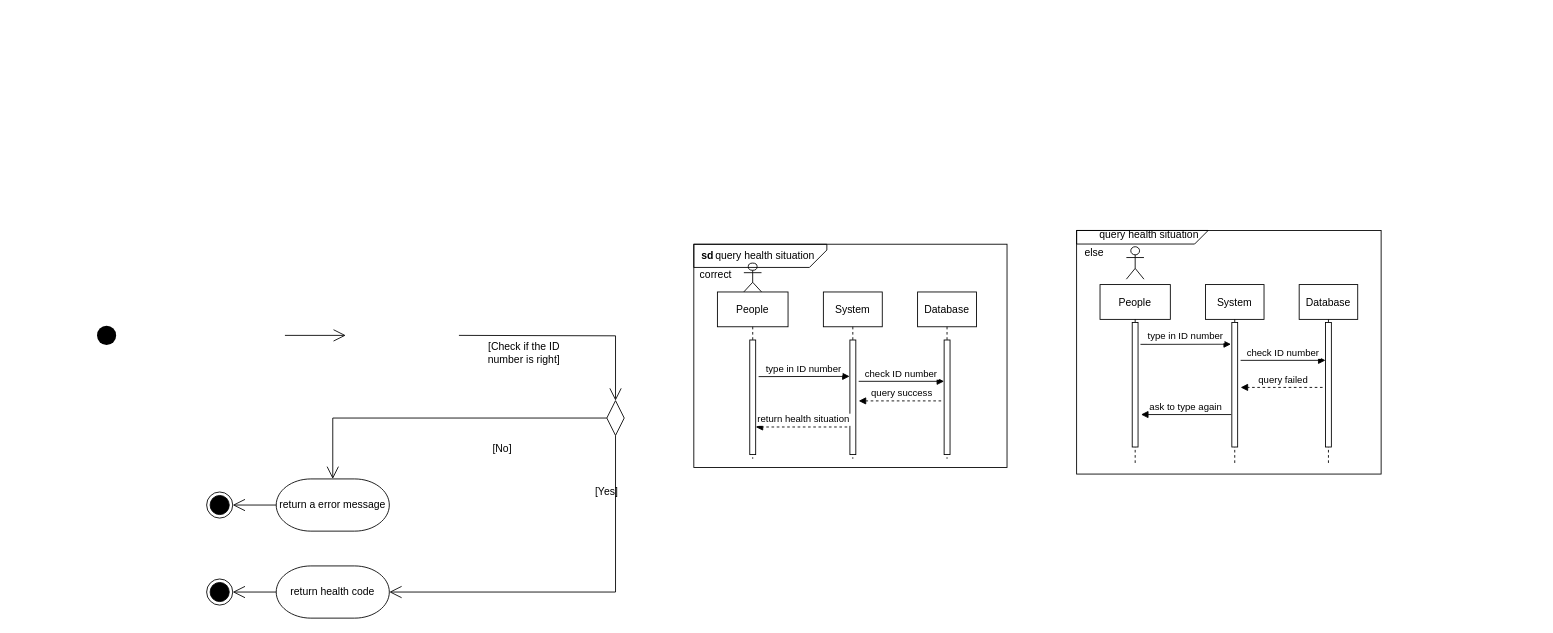
This is page "interaction" (5 of 5) of object diagram.drawio from vivianyiye/vivianyiye, a draw.io file, before an edit. Source tidied: cells renumbered, new cells numbered last; positions are measured from the earlier drawing's top-left corner, leaving out a move shared by most shapes. Both pictures are drawn from the tidied source at 87%, with x=0, y=0 at pixel (93, 226).
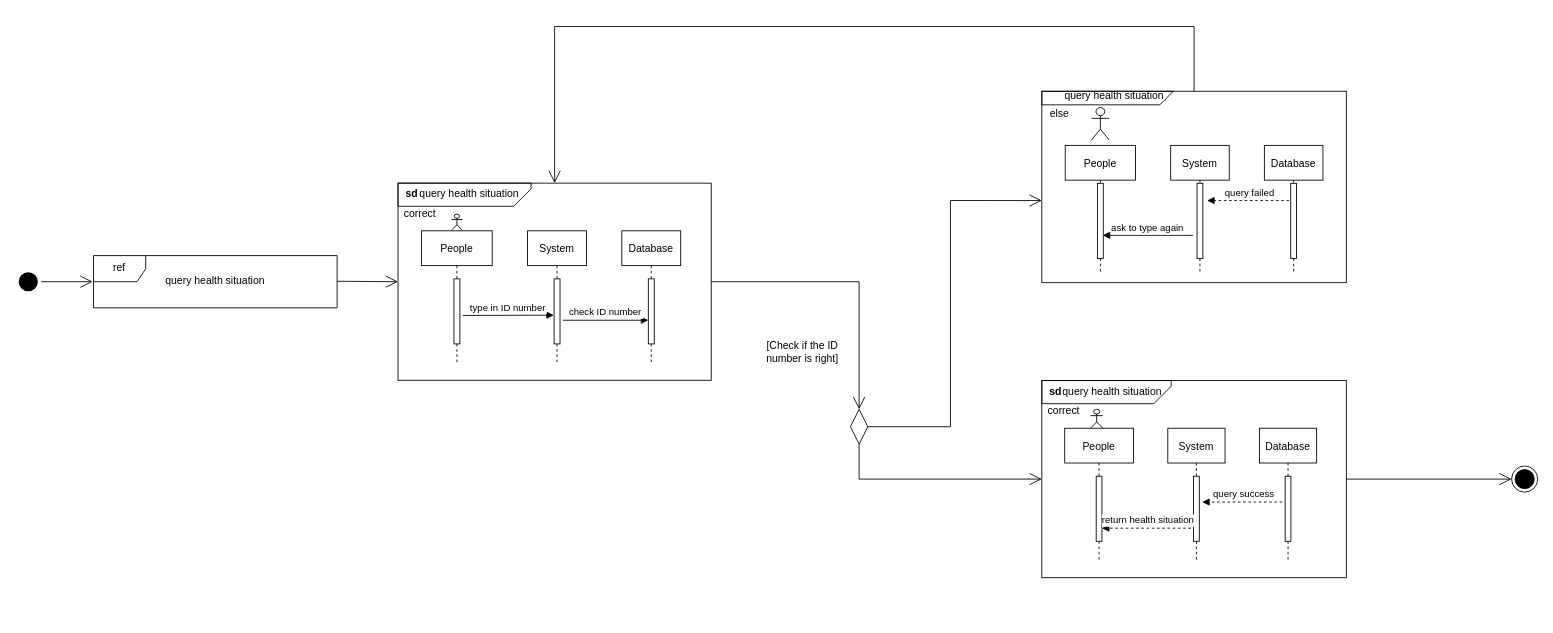
The same diagram, later.

What changed in the source:
```diff
@@
+    <mxCell id="51" style="edgeStyle=orthogonalEdgeStyle;rounded=0;jettySize=auto;html=1;exitX=1;exitY=0.5;exitDx=0;exitDy=0;endSize=12;targetPerimeterSpacing=1;endArrow=open;endFill=0;" parent="1" edge="1" source="2" target="67">
+      <mxGeometry relative="1" as="geometry" />
+    </mxCell>
     <mxCell id="2" style="ellipse;html=1;shape=endState;fillColor=#000000;strokeColor=none;align=left;" parent="1" vertex="1">
-      <mxGeometry y="110" width="30" height="30" as="geometry" />
+      <mxGeometry x="-90" y="48.3" width="30" height="30" as="geometry" />
     </mxCell>
-    <mxCell id="3" style="edgeStyle=orthogonalEdgeStyle;rounded=0;orthogonalLoop=1;jettySize=auto;html=1;exitX=1;exitY=0.5;exitDx=0;exitDy=0;exitPerimeter=0;entryX=0;entryY=0.5;entryDx=0;entryDy=0;entryPerimeter=0;startArrow=none;startFill=0;endArrow=open;endFill=0;endSize=12;" parent="1" edge="1">
-      <mxGeometry relative="1" as="geometry">
-        <mxPoint x="220" y="125" as="sourcePoint" />
-        <mxPoint x="290" y="125" as="targetPoint" />
-      </mxGeometry>
-    </mxCell>
-    <mxCell id="4" style="edgeStyle=orthogonalEdgeStyle;rounded=0;jettySize=auto;html=1;exitX=1;exitY=0.5;exitDx=0;exitDy=0;exitPerimeter=0;entryX=0.5;entryY=0;entryDx=0;entryDy=0;entryPerimeter=0;startArrow=none;startFill=0;endArrow=open;endFill=0;endSize=12;" parent="1" edge="1" target="7">
-      <mxGeometry relative="1" as="geometry">
-        <mxPoint x="420" y="125" as="sourcePoint" />
-      </mxGeometry>
+    <mxCell id="4" style="edgeStyle=orthogonalEdgeStyle;rounded=0;jettySize=auto;html=1;entryX=0.5;entryY=0;entryDx=0;entryDy=0;entryPerimeter=0;startArrow=none;startFill=0;endArrow=open;endFill=0;endSize=12;exitX=1;exitY=0.5;exitDx=0;exitDy=0;" parent="1" edge="1" source="55" target="7">
+      <mxGeometry relative="1" as="geometry" />
     </mxCell>
-    <mxCell id="5" style="edgeStyle=orthogonalEdgeStyle;rounded=0;jettySize=auto;html=1;exitX=0;exitY=0.5;exitDx=0;exitDy=0;exitPerimeter=0;entryX=0.5;entryY=0;entryDx=0;entryDy=0;entryPerimeter=0;startArrow=none;startFill=0;endArrow=open;endFill=0;endSize=12;" parent="1" edge="1" source="7" target="10">
-      <mxGeometry relative="1" as="geometry" />
-    </mxCell>
-    <mxCell id="6" style="edgeStyle=orthogonalEdgeStyle;rounded=0;jettySize=auto;html=1;exitX=0.5;exitY=1;exitDx=0;exitDy=0;exitPerimeter=0;entryX=1;entryY=0.5;entryDx=0;entryDy=0;entryPerimeter=0;startArrow=none;startFill=0;endArrow=open;endFill=0;endSize=12;" parent="1" edge="1" source="7" target="12">
-      <mxGeometry relative="1" as="geometry" />
+    <mxCell id="6" style="edgeStyle=orthogonalEdgeStyle;rounded=0;jettySize=auto;html=1;exitX=0.5;exitY=1;exitDx=0;exitDy=0;exitPerimeter=0;entryX=0;entryY=0.5;entryDx=0;entryDy=0;startArrow=none;startFill=0;endArrow=open;endFill=0;endSize=12;" parent="1" edge="1" source="7" target="19">
+      <mxGeometry relative="1" as="geometry">
+        <Array as="points">
+          <mxPoint x="880" y="290" />
+        </Array>
+      </mxGeometry>
     </mxCell>
+    <mxCell id="52" style="edgeStyle=orthogonalEdgeStyle;rounded=0;jettySize=auto;html=1;exitX=1;exitY=0.5;exitDx=0;exitDy=0;exitPerimeter=0;entryX=0;entryY=0.571;entryDx=0;entryDy=0;entryPerimeter=0;startArrow=none;startFill=0;endArrow=open;endFill=0;endSize=12;targetPerimeterSpacing=1;" parent="1" edge="1" source="7" target="36">
+      <mxGeometry relative="1" as="geometry" />
+    </mxCell>
     <mxCell id="7" style="strokeWidth=1;html=1;shape=mxgraph.flowchart.decision;whiteSpace=wrap;rounded=1;shadow=0;glass=0;sketch=0;fillColor=default;gradientColor=none;gradientDirection=radial;align=left;" parent="1" vertex="1">
-      <mxGeometry x="590" y="200" width="20" height="40" as="geometry" />
+      <mxGeometry x="870" y="210" width="20" height="40" as="geometry" />
     </mxCell>
     <mxCell id="8" value="[Check if the ID number is right]" style="text;html=1;strokeColor=none;fillColor=none;align=center;verticalAlign=middle;whiteSpace=wrap;rounded=0;shadow=0;glass=0;sketch=0;" parent="1" vertex="1">
-      <mxGeometry x="450" y="130" width="90" height="30" as="geometry" />
+      <mxGeometry x="770" y="129.4" width="90" height="30" as="geometry" />
     </mxCell>
-    <mxCell id="9" style="edgeStyle=orthogonalEdgeStyle;rounded=0;jettySize=auto;html=1;exitX=0;exitY=0.5;exitDx=0;exitDy=0;exitPerimeter=0;entryX=1;entryY=0.5;entryDx=0;entryDy=0;startArrow=none;startFill=0;endArrow=open;endFill=0;endSize=12;" parent="1" edge="1" source="10" target="15">
-      <mxGeometry relative="1" as="geometry" />
-    </mxCell>
-    <mxCell id="10" value="return a error message" style="strokeWidth=1;html=1;shape=mxgraph.flowchart.terminator;whiteSpace=wrap;rounded=1;shadow=0;glass=0;sketch=0;fillColor=default;gradientColor=none;gradientDirection=radial;align=center;" parent="1" vertex="1">
-      <mxGeometry x="210" y="290" width="130" height="60" as="geometry" />
-    </mxCell>
-    <mxCell id="11" style="edgeStyle=orthogonalEdgeStyle;rounded=0;jettySize=auto;html=1;exitX=0;exitY=0.5;exitDx=0;exitDy=0;exitPerimeter=0;entryX=1;entryY=0.5;entryDx=0;entryDy=0;startArrow=none;startFill=0;endArrow=open;endFill=0;endSize=12;" parent="1" edge="1" source="12" target="16">
-      <mxGeometry relative="1" as="geometry" />
-    </mxCell>
-    <mxCell id="12" value="return health code" style="strokeWidth=1;html=1;shape=mxgraph.flowchart.terminator;whiteSpace=wrap;rounded=1;shadow=0;glass=0;sketch=0;fillColor=default;gradientColor=none;gradientDirection=radial;align=center;" parent="1" vertex="1">
-      <mxGeometry x="210" y="390" width="130" height="60" as="geometry" />
-    </mxCell>
-    <mxCell id="13" value="[No]" style="text;html=1;strokeColor=none;fillColor=none;align=center;verticalAlign=middle;whiteSpace=wrap;rounded=0;shadow=0;glass=0;sketch=0;" parent="1" vertex="1">
-      <mxGeometry x="440" y="240" width="60" height="30" as="geometry" />
-    </mxCell>
-    <mxCell id="14" value="[Yes]" style="text;html=1;strokeColor=none;fillColor=none;align=center;verticalAlign=middle;whiteSpace=wrap;rounded=0;shadow=0;glass=0;sketch=0;" parent="1" vertex="1">
-      <mxGeometry x="560" y="290" width="60" height="30" as="geometry" />
-    </mxCell>
-    <mxCell id="15" style="ellipse;html=1;shape=endState;fillColor=#000000;strokeColor=#000000;rounded=1;shadow=0;glass=0;sketch=0;align=center;" parent="1" vertex="1">
-      <mxGeometry x="130" y="305" width="30" height="30" as="geometry" />
-    </mxCell>
-    <mxCell id="16" style="ellipse;html=1;shape=endState;fillColor=#000000;strokeColor=#000000;rounded=1;shadow=0;glass=0;sketch=0;align=center;" parent="1" vertex="1">
-      <mxGeometry x="130" y="405" width="30" height="30" as="geometry" />
-    </mxCell>
     <mxCell id="17" style="group;" parent="1" vertex="1">
-      <mxGeometry x="690" y="20" width="360" height="290.3" as="geometry" />
+      <mxGeometry x="1090" y="130" width="369.4" height="290.3" as="geometry" />
     </mxCell>
     <mxCell id="18" style="group;" parent="17" vertex="1">
-      <mxGeometry y="16.8" width="360" height="273.5" as="geometry" />
+      <mxGeometry width="369.4" height="273.5" as="geometry" />
     </mxCell>
     <mxCell id="19" style="rounded=0;whiteSpace=wrap;html=1;fillColor=none;fillOpacity=100;" parent="18" vertex="1">
-      <mxGeometry y="-16.6" width="360" height="256.6" as="geometry" />
+      <mxGeometry y="46.9" width="350" height="226.6" as="geometry" />
     </mxCell>
     <mxCell id="20" value="People" style="shape=umlLifeline;perimeter=lifelinePerimeter;rounded=0;shadow=0;strokeWidth=1;fillOpacity=100;" parent="18" vertex="1">
-      <mxGeometry x="27.1" y="38.3" width="81.2" height="191.7" as="geometry" />
+      <mxGeometry x="26.3" y="101.7" width="79" height="151.7" as="geometry" />
     </mxCell>
     <mxCell id="21" style="perimeter=orthogonalPerimeter;rounded=0;shadow=0;strokeWidth=1;fillOpacity=100;" parent="20" vertex="1">
-      <mxGeometry x="37.2" y="55.2" width="6.8" height="131.7" as="geometry" />
+      <mxGeometry x="36.2" y="55.2" width="6.6" height="74.8" as="geometry" />
     </mxCell>
     <mxCell id="22" value="System" style="shape=umlLifeline;perimeter=lifelinePerimeter;rounded=0;shadow=0;strokeWidth=1;fillOpacity=100;" parent="18" vertex="1">
-      <mxGeometry x="148.9" y="38.3" width="67.7" height="191.7" as="geometry" />
+      <mxGeometry x="144.8" y="101.7" width="65.8" height="151.7" as="geometry" />
     </mxCell>
     <mxCell id="23" style="perimeter=orthogonalPerimeter;rounded=0;shadow=0;strokeWidth=1;fillOpacity=100;" parent="22" vertex="1">
-      <mxGeometry x="30.5" y="55.2" width="6.8" height="131.7" as="geometry" />
+      <mxGeometry x="29.6" y="55.2" width="6.6" height="74.8" as="geometry" />
     </mxCell>
     <mxCell id="24" style="shape=umlActor;verticalLabelPosition=bottom;verticalAlign=top;html=1;fillOpacity=100;" parent="18" vertex="1">
-      <mxGeometry x="57.5" y="5.1" width="20.3" height="33.1" as="geometry" />
+      <mxGeometry x="56" y="80" width="14.1" height="21.7" as="geometry" />
     </mxCell>
     <mxCell id="25" value="Database" style="shape=umlLifeline;perimeter=lifelinePerimeter;rounded=0;shadow=0;strokeWidth=1;fillOpacity=100;" parent="18" vertex="1">
-      <mxGeometry x="257.2" y="38.3" width="67.7" height="191.7" as="geometry" />
+      <mxGeometry x="250.1" y="101.7" width="65.8" height="151.7" as="geometry" />
     </mxCell>
     <mxCell id="26" style="perimeter=orthogonalPerimeter;rounded=0;shadow=0;strokeWidth=1;fillOpacity=100;" parent="25" vertex="1">
-      <mxGeometry x="30.5" y="55.2" width="6.8" height="131.7" as="geometry" />
+      <mxGeometry x="29.6" y="55.2" width="6.6" height="74.8" as="geometry" />
     </mxCell>
-    <mxCell id="27" value="type in ID number" style="verticalAlign=bottom;endArrow=block;shadow=0;strokeWidth=1;entryX=-0.044;entryY=0.126;entryDx=0;entryDy=0;entryPerimeter=0;fillOpacity=100;" parent="18" edge="1">
-      <mxGeometry relative="1" as="geometry">
-        <mxPoint x="74.5" y="135.6" as="sourcePoint" />
-        <mxPoint x="179.1" y="135.3" as="targetPoint" />
-      </mxGeometry>
-    </mxCell>
-    <mxCell id="28" value="check ID number" style="verticalAlign=bottom;endArrow=block;shadow=0;strokeWidth=1;fillOpacity=100;" parent="18" edge="1">
-      <mxGeometry relative="1" as="geometry">
-        <mxPoint x="189.5" y="141" as="sourcePoint" />
-        <mxPoint x="287.7" y="141" as="targetPoint" />
-      </mxGeometry>
-    </mxCell>
     <mxCell id="29" value="query success" style="verticalAlign=bottom;endArrow=block;shadow=0;strokeWidth=1;dashed=1;fillOpacity=100;" parent="18" edge="1">
       <mxGeometry x="-0.05" relative="1" as="geometry">
-        <mxPoint x="284.3" y="163.5" as="sourcePoint" />
-        <mxPoint x="189.5" y="163.5" as="targetPoint" />
+        <mxPoint x="276.4" y="186.6" as="sourcePoint" />
+        <mxPoint x="184.3" y="186.6" as="targetPoint" />
       </mxGeometry>
     </mxCell>
     <mxCell id="30" value="correct" style="text;html=1;align=center;verticalAlign=middle;strokeColor=none;fillOpacity=100;" parent="18" vertex="1">
-      <mxGeometry y="8.1" width="50" height="20" as="geometry" />
+      <mxGeometry y="71.6" width="50" height="20" as="geometry" />
     </mxCell>
     <mxCell id="31" value="return health situation" style="verticalAlign=bottom;endArrow=block;shadow=0;strokeWidth=1;dashed=1;entryX=0.54;entryY=0.228;entryDx=0;entryDy=0;entryPerimeter=0;fillOpacity=100;" parent="18" edge="1">
       <mxGeometry x="-0.05" relative="1" as="geometry">
-        <mxPoint x="176.3" y="193.5" as="sourcePoint" />
-        <mxPoint x="71.1" y="193.5" as="targetPoint" />
+        <mxPoint x="171.4" y="216.6" as="sourcePoint" />
+        <mxPoint x="69.1" y="216.6" as="targetPoint" />
       </mxGeometry>
     </mxCell>
     <mxCell id="32" style="shape=card;whiteSpace=wrap;html=1;fillColor=none;rotation=-180;size=20;fillOpacity=100;" parent="17" vertex="1">
-      <mxGeometry y="0.3" width="152.9" height="26.6" as="geometry" />
+      <mxGeometry y="46.9" width="148.7" height="26.6" as="geometry" />
     </mxCell>
     <mxCell id="33" value="query health situation" style="text;html=1;align=left;verticalAlign=middle;strokeColor=none;fillOpacity=100;" parent="17" vertex="1">
-      <mxGeometry x="22.9" y="3.6" width="130" height="20" as="geometry" />
+      <mxGeometry x="22.3" y="50.2" width="130" height="20" as="geometry" />
     </mxCell>
     <mxCell id="34" value="&lt;b&gt;sd&lt;/b&gt;" style="text;html=1;strokeColor=none;fillColor=none;align=left;verticalAlign=middle;whiteSpace=wrap;rounded=0;shadow=0;glass=0;sketch=0;" parent="17" vertex="1">
-      <mxGeometry x="6.9" y="5.4" width="16" height="16.3" as="geometry" />
+      <mxGeometry x="6.7" y="52" width="15.6" height="16.3" as="geometry" />
     </mxCell>
     <mxCell id="35" style="group;" parent="1" vertex="1">
-      <mxGeometry x="1130" y="4.4" width="350" height="280" as="geometry" />
+      <mxGeometry x="1090" y="-155.6" width="350" height="280" as="geometry" />
     </mxCell>
     <mxCell id="36" style="rounded=0;whiteSpace=wrap;html=1;fillColor=none;" parent="35" vertex="1">
-      <mxGeometry width="350" height="280" as="geometry" />
+      <mxGeometry width="350" height="220" as="geometry" />
     </mxCell>
     <mxCell id="37" value="People" style="shape=umlLifeline;perimeter=lifelinePerimeter;rounded=0;shadow=0;strokeWidth=1;" parent="35" vertex="1">
-      <mxGeometry x="26.9" y="62.2" width="80.8" height="205.3" as="geometry" />
+      <mxGeometry x="26.9" y="62.2" width="80.8" height="147.8" as="geometry" />
     </mxCell>
     <mxCell id="38" style="perimeter=orthogonalPerimeter;rounded=0;shadow=0;strokeWidth=1;" parent="37" vertex="1">
-      <mxGeometry x="37" y="43.6" width="6.7" height="143.1" as="geometry" />
+      <mxGeometry x="37" y="43.6" width="6.7" height="86.4" as="geometry" />
     </mxCell>
     <mxCell id="39" value="System" style="shape=umlLifeline;perimeter=lifelinePerimeter;rounded=0;shadow=0;strokeWidth=1;" parent="35" vertex="1">
-      <mxGeometry x="148.1" y="62.2" width="67.3" height="205.3" as="geometry" />
+      <mxGeometry x="148.1" y="62.2" width="67.3" height="147.8" as="geometry" />
     </mxCell>
     <mxCell id="40" style="perimeter=orthogonalPerimeter;rounded=0;shadow=0;strokeWidth=1;" parent="39" vertex="1">
-      <mxGeometry x="30.3" y="43.6" width="6.7" height="143.1" as="geometry" />
+      <mxGeometry x="30.3" y="43.6" width="6.7" height="86.4" as="geometry" />
     </mxCell>
@@
     <mxCell id="42" value="Database" style="shape=umlLifeline;perimeter=lifelinePerimeter;rounded=0;shadow=0;strokeWidth=1;" parent="35" vertex="1">
-      <mxGeometry x="255.8" y="62.2" width="67.3" height="205.3" as="geometry" />
+      <mxGeometry x="255.8" y="62.2" width="67.3" height="147.8" as="geometry" />
     </mxCell>
     <mxCell id="43" style="perimeter=orthogonalPerimeter;rounded=0;shadow=0;strokeWidth=1;" parent="42" vertex="1">
-      <mxGeometry x="30.3" y="43.6" width="6.7" height="143.1" as="geometry" />
+      <mxGeometry x="30.3" y="43.6" width="6.7" height="86.4" as="geometry" />
     </mxCell>
-    <mxCell id="44" value="type in ID number" style="verticalAlign=bottom;endArrow=block;shadow=0;strokeWidth=1;entryX=-0.044;entryY=0.126;entryDx=0;entryDy=0;entryPerimeter=0;" parent="35" edge="1">
-      <mxGeometry relative="1" as="geometry">
-        <mxPoint x="73.4" y="130.9" as="sourcePoint" />
-        <mxPoint x="177.4" y="130.7" as="targetPoint" />
-      </mxGeometry>
-    </mxCell>
-    <mxCell id="45" value="check ID number" style="verticalAlign=bottom;endArrow=block;shadow=0;strokeWidth=1;" parent="35" edge="1">
-      <mxGeometry relative="1" as="geometry">
-        <mxPoint x="188.5" y="149.3" as="sourcePoint" />
-        <mxPoint x="286.1" y="149.3" as="targetPoint" />
-      </mxGeometry>
-    </mxCell>
     <mxCell id="46" value="query failed" style="verticalAlign=bottom;endArrow=block;shadow=0;strokeWidth=1;dashed=1;" parent="35" edge="1">
       <mxGeometry x="-0.05" relative="1" as="geometry">
-        <mxPoint x="282.7" y="180.4" as="sourcePoint" />
-        <mxPoint x="188.5" y="180.4" as="targetPoint" />
+        <mxPoint x="284.2" y="125.6" as="sourcePoint" />
+        <mxPoint x="190" y="125.6" as="targetPoint" />
       </mxGeometry>
     </mxCell>
     <mxCell id="47" value="ask to type again" style="verticalAlign=bottom;endArrow=block;shadow=0;strokeWidth=1;" parent="35" edge="1">
       <mxGeometry relative="1" as="geometry">
-        <mxPoint x="177.7" y="211.6" as="sourcePoint" />
-        <mxPoint x="74" y="211.6" as="targetPoint" />
+        <mxPoint x="173.7" y="165.6" as="sourcePoint" />
+        <mxPoint x="70" y="165.6" as="targetPoint" />
       </mxGeometry>
     </mxCell>
@@
+    <mxCell id="53" style="group;" parent="1" vertex="1">
+      <mxGeometry x="370" y="-230" width="360" height="290.3" as="geometry" />
+    </mxCell>
+    <mxCell id="54" style="group;" parent="53" vertex="1">
+      <mxGeometry y="16.8" width="360" height="273.5" as="geometry" />
+    </mxCell>
+    <mxCell id="55" style="rounded=0;whiteSpace=wrap;html=1;fillColor=none;fillOpacity=100;" parent="54" vertex="1">
+      <mxGeometry x="-20" y="163.2" width="360" height="226.6" as="geometry" />
+    </mxCell>
+    <mxCell id="56" value="People" style="shape=umlLifeline;perimeter=lifelinePerimeter;rounded=0;shadow=0;strokeWidth=1;fillOpacity=100;" parent="54" vertex="1">
+      <mxGeometry x="7.1" y="218" width="81.2" height="151.7" as="geometry" />
+    </mxCell>
+    <mxCell id="57" style="perimeter=orthogonalPerimeter;rounded=0;shadow=0;strokeWidth=1;fillOpacity=100;" parent="56" vertex="1">
+      <mxGeometry x="37.2" y="55.2" width="6.8" height="74.8" as="geometry" />
+    </mxCell>
+    <mxCell id="58" value="System" style="shape=umlLifeline;perimeter=lifelinePerimeter;rounded=0;shadow=0;strokeWidth=1;fillOpacity=100;" parent="54" vertex="1">
+      <mxGeometry x="128.9" y="218" width="67.7" height="151.7" as="geometry" />
+    </mxCell>
+    <mxCell id="59" style="perimeter=orthogonalPerimeter;rounded=0;shadow=0;strokeWidth=1;fillOpacity=100;" parent="58" vertex="1">
+      <mxGeometry x="30.5" y="55.2" width="6.8" height="74.8" as="geometry" />
+    </mxCell>
+    <mxCell id="60" style="shape=umlActor;verticalLabelPosition=bottom;verticalAlign=top;html=1;fillOpacity=100;" parent="54" vertex="1">
+      <mxGeometry x="41.5" y="198.9" width="12.4" height="18.3" as="geometry" />
+    </mxCell>
+    <mxCell id="61" value="Database" style="shape=umlLifeline;perimeter=lifelinePerimeter;rounded=0;shadow=0;strokeWidth=1;fillOpacity=100;" parent="54" vertex="1">
+      <mxGeometry x="237.2" y="218" width="67.7" height="151.7" as="geometry" />
+    </mxCell>
+    <mxCell id="62" style="perimeter=orthogonalPerimeter;rounded=0;shadow=0;strokeWidth=1;fillOpacity=100;" parent="61" vertex="1">
+      <mxGeometry x="30.5" y="55.2" width="6.8" height="74.8" as="geometry" />
+    </mxCell>
+    <mxCell id="27" value="type in ID number" style="verticalAlign=bottom;endArrow=block;shadow=0;strokeWidth=1;entryX=-0.044;entryY=0.126;entryDx=0;entryDy=0;entryPerimeter=0;fillOpacity=100;" parent="54" edge="1">
+      <mxGeometry relative="1" as="geometry">
+        <mxPoint x="54.5" y="315.3" as="sourcePoint" />
+        <mxPoint x="159.1" y="315" as="targetPoint" />
+      </mxGeometry>
+    </mxCell>
+    <mxCell id="28" value="check ID number" style="verticalAlign=bottom;endArrow=block;shadow=0;strokeWidth=1;fillOpacity=100;" parent="54" edge="1">
+      <mxGeometry relative="1" as="geometry">
+        <mxPoint x="169.5" y="320.8" as="sourcePoint" />
+        <mxPoint x="267.7" y="320.8" as="targetPoint" />
+      </mxGeometry>
+    </mxCell>
+    <mxCell id="63" value="correct" style="text;html=1;align=center;verticalAlign=middle;strokeColor=none;fillOpacity=100;" parent="54" vertex="1">
+      <mxGeometry x="-20" y="187.8" width="50" height="20" as="geometry" />
+    </mxCell>
+    <mxCell id="64" style="shape=card;whiteSpace=wrap;html=1;fillColor=none;rotation=-180;size=20;fillOpacity=100;" parent="53" vertex="1">
+      <mxGeometry x="-20" y="180" width="152.9" height="26.6" as="geometry" />
+    </mxCell>
+    <mxCell id="65" value="query health situation" style="text;html=1;align=left;verticalAlign=middle;strokeColor=none;fillOpacity=100;" parent="53" vertex="1">
+      <mxGeometry x="2.9" y="183.3" width="130" height="20" as="geometry" />
+    </mxCell>
+    <mxCell id="66" value="&lt;b&gt;sd&lt;/b&gt;" style="text;html=1;strokeColor=none;fillColor=none;align=left;verticalAlign=middle;whiteSpace=wrap;rounded=0;shadow=0;glass=0;sketch=0;" parent="53" vertex="1">
+      <mxGeometry x="-13.1" y="185.1" width="16" height="16.3" as="geometry" />
+    </mxCell>
+    <mxCell id="67" value="ref" style="shape=umlFrame;whiteSpace=wrap;html=1;" parent="1" vertex="1">
+      <mxGeometry y="33.3" width="280" height="60" as="geometry" />
+    </mxCell>
+    <mxCell id="68" value="query health situation" style="text;html=1;strokeColor=none;fillColor=none;align=center;verticalAlign=middle;whiteSpace=wrap;rounded=0;" parent="1" vertex="1">
+      <mxGeometry x="70" y="48.3" width="140" height="30" as="geometry" />
+    </mxCell>
+    <mxCell id="69" style="edgeStyle=orthogonalEdgeStyle;rounded=0;jettySize=auto;html=1;exitX=1;exitY=0.5;exitDx=0;exitDy=0;entryX=0;entryY=0.5;entryDx=0;entryDy=0;endArrow=open;endFill=0;targetPerimeterSpacing=1;endSize=12;" parent="1" edge="1" target="55">
+      <mxGeometry relative="1" as="geometry">
+        <mxPoint x="280" y="62.8" as="sourcePoint" />
+      </mxGeometry>
+    </mxCell>
+    <mxCell id="70" style="edgeStyle=orthogonalEdgeStyle;rounded=0;jettySize=auto;html=1;exitX=0.5;exitY=0;exitDx=0;exitDy=0;entryX=0.5;entryY=0;entryDx=0;entryDy=0;startArrow=none;startFill=0;endArrow=open;endFill=0;endSize=12;targetPerimeterSpacing=1;" parent="1" edge="1" source="36" target="55">
+      <mxGeometry relative="1" as="geometry">
+        <Array as="points">
+          <mxPoint x="1265" y="-230" />
+          <mxPoint x="530" y="-230" />
+        </Array>
+      </mxGeometry>
+    </mxCell>
+    <mxCell id="71" style="ellipse;html=1;shape=endState;fillColor=#000000;strokeColor=#000000;" parent="1" vertex="1">
+      <mxGeometry x="1630" y="275.2" width="30" height="30" as="geometry" />
+    </mxCell>
+    <mxCell id="72" style="edgeStyle=orthogonalEdgeStyle;rounded=0;jettySize=auto;html=1;exitX=1;exitY=0.5;exitDx=0;exitDy=0;entryX=0;entryY=0.5;entryDx=0;entryDy=0;startArrow=none;startFill=0;endArrow=open;endFill=0;endSize=12;targetPerimeterSpacing=1;" parent="1" edge="1" source="19" target="71">
+      <mxGeometry relative="1" as="geometry" />
+    </mxCell>
```
